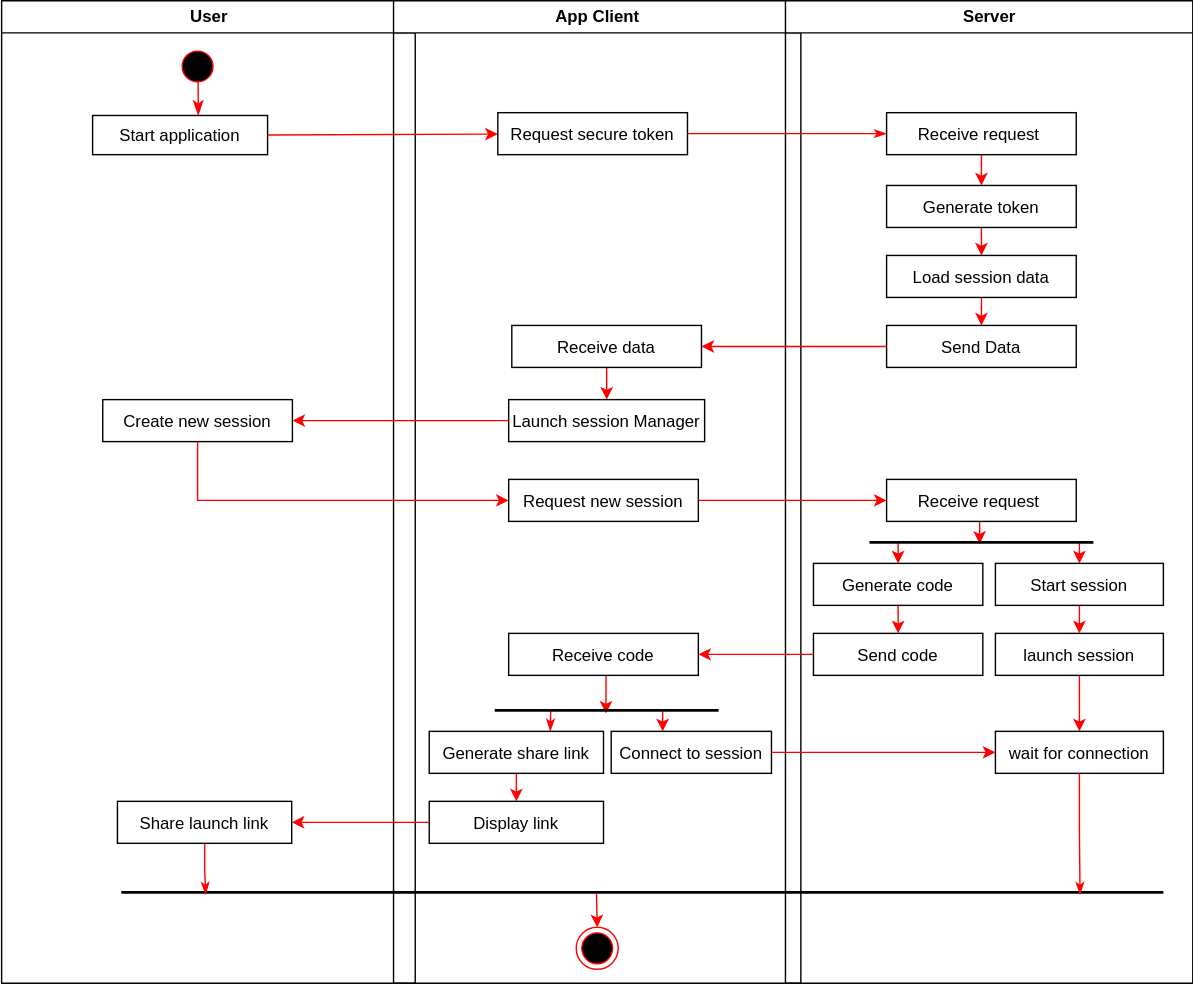
MaxiLambda/LectureFeed keeps this draw.io diagram as docs/use-cases/activity_diagrams/create_a_session.svg. Above is the earlier version. Source tidied: cells renumbered, new cells last; positions are measured from the earlier drawing's top-left corner, leaving out a move shared by most shapes. Source of this version:
```xml
<mxGraphModel>
  <root>
    <mxCell id="0" />
    <mxCell id="1" parent="0" />
    <mxCell id="2" value="User" style="swimlane;whiteSpace=wrap;" parent="1" vertex="1">
      <mxGeometry x="0.5" width="295.5" height="702" as="geometry" />
    </mxCell>
    <mxCell id="3" style="ellipse;shape=startState;fillColor=#000000;strokeColor=#ff0000;" parent="2" vertex="1">
      <mxGeometry x="125" y="32" width="30" height="30" as="geometry" />
    </mxCell>
    <mxCell id="4" style="edgeStyle=elbowEdgeStyle;elbow=horizontal;verticalAlign=bottom;endArrow=classicThin;endSize=8;endFill=1;rounded=1;strokeColor=#FF0000;exitX=0.513;exitY=0.85;exitDx=0;exitDy=0;exitPerimeter=0;" parent="2" edge="1" source="3" target="5">
      <mxGeometry x="100" y="40" as="geometry" />
    </mxCell>
    <mxCell id="5" value="Start application" parent="2" vertex="1">
      <mxGeometry x="65" y="82" width="125" height="28" as="geometry" />
    </mxCell>
    <mxCell id="6" value="Create new session" parent="2" vertex="1">
      <mxGeometry x="72.2" y="285" width="135.5" height="30" as="geometry" />
    </mxCell>
    <mxCell id="7" style="line;strokeWidth=2;html=1;" parent="2" vertex="1">
      <mxGeometry x="85.5" y="632" width="744.5" height="10" as="geometry" />
    </mxCell>
    <mxCell id="8" value="App Client" style="swimlane;whiteSpace=wrap;startSize=23;" parent="1" vertex="1">
      <mxGeometry x="280.5" width="291" height="702" as="geometry" />
    </mxCell>
    <mxCell id="9" value="Request secure token" parent="8" vertex="1">
      <mxGeometry x="74.5" y="80" width="135.5" height="30" as="geometry" />
    </mxCell>
    <mxCell id="10" style="edgeStyle=orthogonalEdgeStyle;rounded=0;jettySize=auto;html=1;exitX=0.5;exitY=1;exitDx=0;exitDy=0;strokeColor=#FF0000;" parent="8" edge="1" source="11" target="12">
      <mxGeometry relative="1" as="geometry" />
    </mxCell>
    <mxCell id="11" value="Receive data" parent="8" vertex="1">
      <mxGeometry x="84.5" y="232" width="135.5" height="30" as="geometry" />
    </mxCell>
    <mxCell id="12" value="Launch session Manager" parent="8" vertex="1">
      <mxGeometry x="82.2" y="285" width="140" height="30" as="geometry" />
    </mxCell>
    <mxCell id="13" value="Request new session" parent="8" vertex="1">
      <mxGeometry x="82.2" y="342" width="135.5" height="30" as="geometry" />
    </mxCell>
    <mxCell id="14" style="edgeStyle=orthogonalEdgeStyle;rounded=0;jettySize=auto;html=1;exitX=0.5;exitY=1;exitDx=0;exitDy=0;entryX=0.497;entryY=0.733;entryDx=0;entryDy=0;entryPerimeter=0;strokeColor=#FF0000;" parent="8" edge="1" source="15" target="18">
      <mxGeometry relative="1" as="geometry" />
    </mxCell>
    <mxCell id="15" value="Receive code" parent="8" vertex="1">
      <mxGeometry x="82.2" y="452" width="135.5" height="30" as="geometry" />
    </mxCell>
    <mxCell id="16" style="edgeStyle=orthogonalEdgeStyle;rounded=0;jettySize=auto;html=1;exitX=0.75;exitY=0.5;exitDx=0;exitDy=0;exitPerimeter=0;entryX=0.321;entryY=0;entryDx=0;entryDy=0;entryPerimeter=0;strokeColor=#FF0000;" parent="8" edge="1" source="18" target="21">
      <mxGeometry relative="1" as="geometry" />
    </mxCell>
    <mxCell id="17" style="edgeStyle=orthogonalEdgeStyle;rounded=0;jettySize=auto;html=1;exitX=0.25;exitY=0.5;exitDx=0;exitDy=0;exitPerimeter=0;entryX=0.695;entryY=-0.002;entryDx=0;entryDy=0;entryPerimeter=0;endArrow=classicThin;endFill=1;strokeColor=#FF0000;" parent="8" edge="1" source="18" target="20">
      <mxGeometry relative="1" as="geometry" />
    </mxCell>
    <mxCell id="18" style="line;strokeWidth=2;html=1;" parent="8" vertex="1">
      <mxGeometry x="72.2" y="502" width="160" height="10" as="geometry" />
    </mxCell>
    <mxCell id="19" style="edgeStyle=orthogonalEdgeStyle;rounded=0;jettySize=auto;html=1;exitX=0.5;exitY=1;exitDx=0;exitDy=0;entryX=0.5;entryY=0;entryDx=0;entryDy=0;strokeColor=#FF0000;" parent="8" edge="1" source="20" target="22">
      <mxGeometry relative="1" as="geometry" />
    </mxCell>
    <mxCell id="20" value="Generate share link" parent="8" vertex="1">
      <mxGeometry x="25.5" y="522" width="124.5" height="30" as="geometry" />
    </mxCell>
    <mxCell id="21" value="Connect to session" parent="8" vertex="1">
      <mxGeometry x="155.5" y="522" width="114.5" height="30" as="geometry" />
    </mxCell>
    <mxCell id="22" value="Display link" parent="8" vertex="1">
      <mxGeometry x="25.5" y="572" width="124.5" height="30" as="geometry" />
    </mxCell>
    <mxCell id="23" style="ellipse;html=1;shape=endState;fillColor=#000000;strokeColor=#ff0000;" parent="8" vertex="1">
      <mxGeometry x="130.5" y="662" width="30" height="30" as="geometry" />
    </mxCell>
    <mxCell id="24" value="Server" style="swimlane;whiteSpace=wrap;startSize=23;" parent="1" vertex="1">
      <mxGeometry x="560.5" width="291" height="702" as="geometry" />
    </mxCell>
    <mxCell id="25" style="edgeStyle=orthogonalEdgeStyle;rounded=0;jettySize=auto;html=1;exitX=0.5;exitY=1;exitDx=0;exitDy=0;entryX=0.5;entryY=0;entryDx=0;entryDy=0;strokeColor=#FF0000;" parent="24" edge="1" source="26" target="28">
      <mxGeometry relative="1" as="geometry" />
    </mxCell>
    <mxCell id="26" value="Receive request " parent="24" vertex="1">
      <mxGeometry x="72.2" y="80" width="135.5" height="30" as="geometry" />
    </mxCell>
    <mxCell id="27" style="edgeStyle=orthogonalEdgeStyle;rounded=0;jettySize=auto;html=1;exitX=0.5;exitY=1;exitDx=0;exitDy=0;entryX=0.5;entryY=0;entryDx=0;entryDy=0;strokeColor=#FF0000;" parent="24" edge="1" source="28" target="30">
      <mxGeometry relative="1" as="geometry" />
    </mxCell>
    <mxCell id="28" value="Generate token" parent="24" vertex="1">
      <mxGeometry x="72.2" y="132" width="135.5" height="30" as="geometry" />
    </mxCell>
    <mxCell id="29" style="edgeStyle=orthogonalEdgeStyle;rounded=0;jettySize=auto;html=1;exitX=0.5;exitY=1;exitDx=0;exitDy=0;entryX=0.5;entryY=0;entryDx=0;entryDy=0;strokeColor=#FF0000;" parent="24" edge="1" source="30" target="31">
      <mxGeometry relative="1" as="geometry" />
    </mxCell>
    <mxCell id="30" value="Load session data" parent="24" vertex="1">
      <mxGeometry x="72.2" y="182" width="135.5" height="30" as="geometry" />
    </mxCell>
    <mxCell id="31" value="Send Data" parent="24" vertex="1">
      <mxGeometry x="72.2" y="232" width="135.5" height="30" as="geometry" />
    </mxCell>
    <mxCell id="32" style="edgeStyle=orthogonalEdgeStyle;rounded=0;jettySize=auto;html=1;exitX=0.5;exitY=1;exitDx=0;exitDy=0;entryX=0.492;entryY=0.6;entryDx=0;entryDy=0;entryPerimeter=0;strokeColor=#FF0000;" parent="24" edge="1" source="33" target="36">
      <mxGeometry relative="1" as="geometry" />
    </mxCell>
    <mxCell id="33" value="Receive request " parent="24" vertex="1">
      <mxGeometry x="72.2" y="342" width="135.5" height="30" as="geometry" />
    </mxCell>
    <mxCell id="34" style="edgeStyle=orthogonalEdgeStyle;rounded=0;jettySize=auto;html=1;exitX=0.25;exitY=0.5;exitDx=0;exitDy=0;exitPerimeter=0;entryX=0.5;entryY=0;entryDx=0;entryDy=0;strokeColor=#FF0000;" parent="24" edge="1" source="36" target="38">
      <mxGeometry relative="1" as="geometry" />
    </mxCell>
    <mxCell id="35" style="edgeStyle=orthogonalEdgeStyle;rounded=0;jettySize=auto;html=1;exitX=0.75;exitY=0.5;exitDx=0;exitDy=0;exitPerimeter=0;entryX=0.5;entryY=0;entryDx=0;entryDy=0;strokeColor=#FF0000;" parent="24" edge="1" source="36" target="40">
      <mxGeometry relative="1" as="geometry" />
    </mxCell>
    <mxCell id="36" style="line;strokeWidth=2;html=1;" parent="24" vertex="1">
      <mxGeometry x="60" y="382" width="160" height="10" as="geometry" />
    </mxCell>
    <mxCell id="37" style="edgeStyle=orthogonalEdgeStyle;rounded=0;jettySize=auto;html=1;exitX=0.5;exitY=1;exitDx=0;exitDy=0;entryX=0.5;entryY=0;entryDx=0;entryDy=0;strokeColor=#FF0000;" parent="24" edge="1" source="38" target="41">
      <mxGeometry relative="1" as="geometry" />
    </mxCell>
    <mxCell id="38" value="Generate code" parent="24" vertex="1">
      <mxGeometry x="20" y="402" width="121" height="30" as="geometry" />
    </mxCell>
    <mxCell id="39" style="edgeStyle=orthogonalEdgeStyle;rounded=0;jettySize=auto;html=1;exitX=0.5;exitY=1;exitDx=0;exitDy=0;entryX=0.5;entryY=0;entryDx=0;entryDy=0;strokeColor=#FF0000;" parent="24" edge="1" source="40" target="43">
      <mxGeometry relative="1" as="geometry" />
    </mxCell>
    <mxCell id="40" value="Start session" parent="24" vertex="1">
      <mxGeometry x="150" y="402" width="120" height="30" as="geometry" />
    </mxCell>
    <mxCell id="41" value="Send code" parent="24" vertex="1">
      <mxGeometry x="20" y="452" width="121" height="30" as="geometry" />
    </mxCell>
    <mxCell id="42" style="edgeStyle=orthogonalEdgeStyle;rounded=0;jettySize=auto;html=1;exitX=0.5;exitY=1;exitDx=0;exitDy=0;entryX=0.5;entryY=0;entryDx=0;entryDy=0;strokeColor=#FF0000;" parent="24" edge="1" source="43" target="44">
      <mxGeometry relative="1" as="geometry" />
    </mxCell>
    <mxCell id="43" value="launch session" parent="24" vertex="1">
      <mxGeometry x="150" y="452" width="120" height="30" as="geometry" />
    </mxCell>
    <mxCell id="44" value="wait for connection" parent="24" vertex="1">
      <mxGeometry x="150" y="522" width="120" height="30" as="geometry" />
    </mxCell>
    <mxCell id="45" style="endArrow=classicThin;endFill=1;rounded=1;strokeColor=#FF0000;entryX=0;entryY=0.5;entryDx=0;entryDy=0;" parent="1" edge="1" source="9" target="26">
      <mxGeometry relative="1" as="geometry" />
    </mxCell>
    <mxCell id="46" style="endArrow=classic;endFill=1;rounded=1;strokeColor=#FF0000;exitX=1;exitY=0.5;exitDx=0;exitDy=0;" parent="1" edge="1" source="5" target="9">
      <mxGeometry relative="1" as="geometry" />
    </mxCell>
    <mxCell id="47" style="edgeStyle=orthogonalEdgeStyle;rounded=0;jettySize=auto;html=1;exitX=0;exitY=0.5;exitDx=0;exitDy=0;entryX=1;entryY=0.5;entryDx=0;entryDy=0;strokeColor=#FF0000;" parent="1" edge="1" source="31" target="11">
      <mxGeometry relative="1" as="geometry" />
    </mxCell>
    <mxCell id="48" style="edgeStyle=orthogonalEdgeStyle;rounded=0;jettySize=auto;html=1;exitX=0;exitY=0.5;exitDx=0;exitDy=0;strokeColor=#FF0000;" parent="1" edge="1" source="12" target="6">
      <mxGeometry relative="1" as="geometry" />
    </mxCell>
    <mxCell id="49" style="edgeStyle=orthogonalEdgeStyle;rounded=0;jettySize=auto;html=1;exitX=0.5;exitY=1;exitDx=0;exitDy=0;entryX=0;entryY=0.5;entryDx=0;entryDy=0;strokeColor=#FF0000;" parent="1" edge="1" source="6" target="13">
      <mxGeometry relative="1" as="geometry" />
    </mxCell>
    <mxCell id="50" style="edgeStyle=orthogonalEdgeStyle;rounded=0;jettySize=auto;html=1;exitX=1;exitY=0.5;exitDx=0;exitDy=0;entryX=0;entryY=0.5;entryDx=0;entryDy=0;strokeColor=#FF0000;" parent="1" edge="1" source="13" target="33">
      <mxGeometry relative="1" as="geometry" />
    </mxCell>
    <mxCell id="51" style="edgeStyle=orthogonalEdgeStyle;rounded=0;jettySize=auto;html=1;exitX=0;exitY=0.5;exitDx=0;exitDy=0;strokeColor=#FF0000;" parent="1" edge="1" source="41" target="15">
      <mxGeometry relative="1" as="geometry" />
    </mxCell>
    <mxCell id="52" style="edgeStyle=orthogonalEdgeStyle;rounded=0;jettySize=auto;html=1;exitX=1;exitY=0.5;exitDx=0;exitDy=0;strokeColor=#FF0000;" parent="1" edge="1" source="21" target="44">
      <mxGeometry relative="1" as="geometry" />
    </mxCell>
    <mxCell id="53" style="edgeStyle=orthogonalEdgeStyle;rounded=0;jettySize=auto;html=1;entryX=0.081;entryY=0.661;entryDx=0;entryDy=0;entryPerimeter=0;endArrow=classicThin;endFill=1;strokeColor=#FF0000;" parent="1" edge="1" source="54" target="7">
      <mxGeometry relative="1" as="geometry" />
    </mxCell>
    <mxCell id="54" value="Share launch link" parent="1" vertex="1">
      <mxGeometry x="83.2" y="572" width="124.5" height="30" as="geometry" />
    </mxCell>
    <mxCell id="55" style="edgeStyle=orthogonalEdgeStyle;rounded=0;jettySize=auto;html=1;exitX=0;exitY=0.5;exitDx=0;exitDy=0;entryX=1;entryY=0.5;entryDx=0;entryDy=0;strokeColor=#FF0000;" parent="1" edge="1" source="22" target="54">
      <mxGeometry relative="1" as="geometry" />
    </mxCell>
    <mxCell id="56" style="edgeStyle=orthogonalEdgeStyle;rounded=0;jettySize=auto;html=1;entryX=0.5;entryY=0;entryDx=0;entryDy=0;strokeColor=#FF0000;exitX=0.456;exitY=0.56;exitDx=0;exitDy=0;exitPerimeter=0;" parent="1" edge="1" source="7" target="23">
      <mxGeometry relative="1" as="geometry" />
    </mxCell>
    <mxCell id="57" style="edgeStyle=orthogonalEdgeStyle;rounded=0;jettySize=auto;html=1;exitX=0.5;exitY=1;exitDx=0;exitDy=0;entryX=0.92;entryY=0.661;entryDx=0;entryDy=0;entryPerimeter=0;endArrow=classicThin;endFill=1;strokeColor=#FF0000;" parent="1" edge="1" source="44" target="7">
      <mxGeometry relative="1" as="geometry" />
    </mxCell>
  </root>
</mxGraphModel>
```
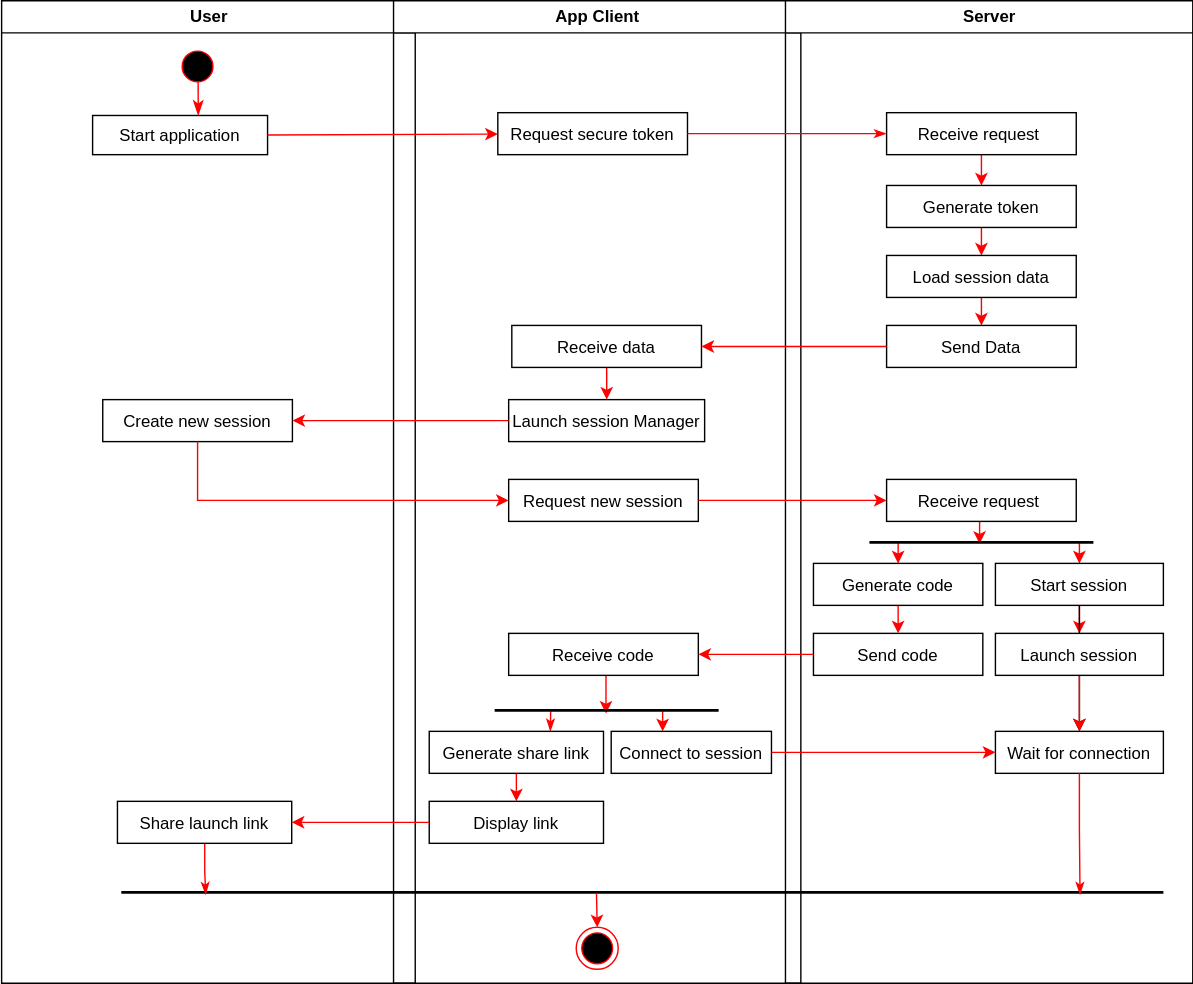
Later version of the same file.

What changed in the source:
```diff
@@ -116,6 +116,9 @@
     <mxCell id="39" style="edgeStyle=orthogonalEdgeStyle;rounded=0;jettySize=auto;html=1;exitX=0.5;exitY=1;exitDx=0;exitDy=0;entryX=0.5;entryY=0;entryDx=0;entryDy=0;strokeColor=#FF0000;" parent="24" edge="1" source="40" target="43">
       <mxGeometry relative="1" as="geometry" />
     </mxCell>
+    <mxCell id="58" style="edgeStyle=orthogonalEdgeStyle;rounded=0;jettySize=auto;html=1;" parent="24" edge="1" source="40" target="44">
+      <mxGeometry relative="1" as="geometry" />
+    </mxCell>
     <mxCell id="40" value="Start session" parent="24" vertex="1">
       <mxGeometry x="150" y="402" width="120" height="30" as="geometry" />
     </mxCell>
@@ -125,10 +128,10 @@
     <mxCell id="42" style="edgeStyle=orthogonalEdgeStyle;rounded=0;jettySize=auto;html=1;exitX=0.5;exitY=1;exitDx=0;exitDy=0;entryX=0.5;entryY=0;entryDx=0;entryDy=0;strokeColor=#FF0000;" parent="24" edge="1" source="43" target="44">
       <mxGeometry relative="1" as="geometry" />
     </mxCell>
-    <mxCell id="43" value="launch session" parent="24" vertex="1">
+    <mxCell id="43" value="Launch session" parent="24" vertex="1">
       <mxGeometry x="150" y="452" width="120" height="30" as="geometry" />
     </mxCell>
-    <mxCell id="44" value="wait for connection" parent="24" vertex="1">
+    <mxCell id="44" value="Wait for connection" parent="24" vertex="1">
       <mxGeometry x="150" y="522" width="120" height="30" as="geometry" />
     </mxCell>
     <mxCell id="45" style="endArrow=classicThin;endFill=1;rounded=1;strokeColor=#FF0000;entryX=0;entryY=0.5;entryDx=0;entryDy=0;" parent="1" edge="1" source="9" target="26">
```
